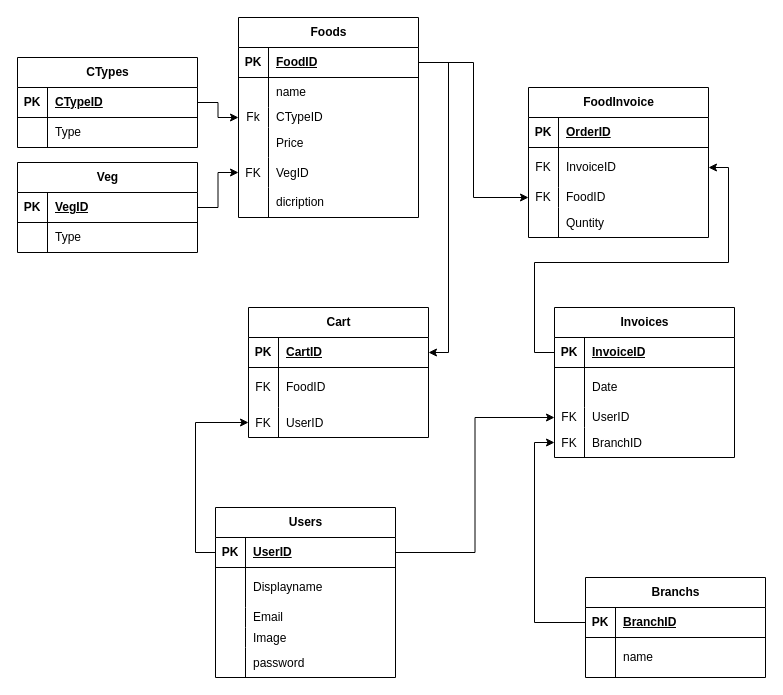
Above: database digram.drawio in YoussefSayedElghool/Online-Food-Ordering-System (draw.io), before the change. Source tidied: cells renumbered, new cells numbered last; positions are measured from the earlier drawing's top-left corner, leaving out a move shared by most shapes. Both pictures are drawn from the tidied source at 100%, with x=0, y=0 at pixel (17, 17).
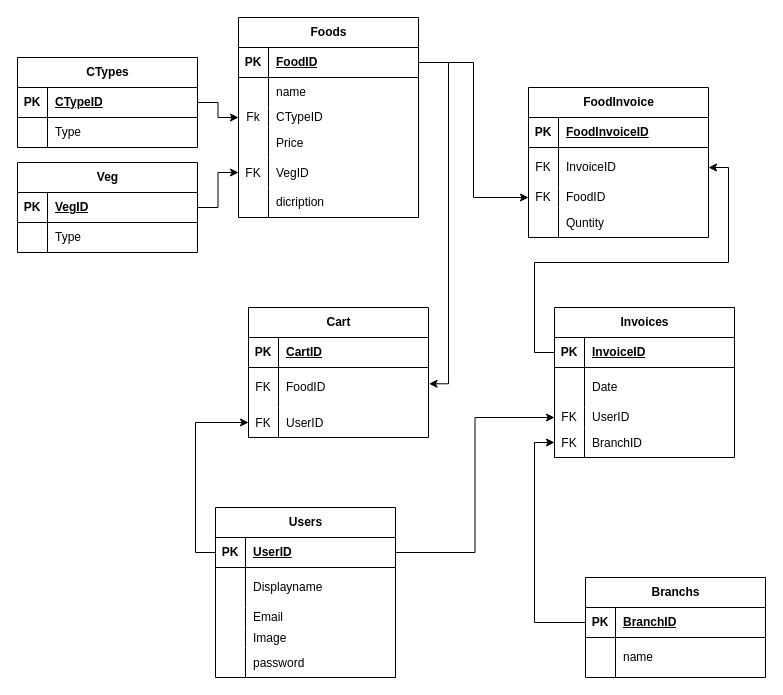
The same diagram, later.

Unchanged cells that the change refers to:
```xml
<mxCell id="3" style="shape=tableRow;horizontal=0;startSize=0;swimlaneHead=0;swimlaneBody=0;fillColor=none;points=[[0,0.5],[1,0.5]];portConstraint=eastwest;top=0;left=0;right=0;bottom=1;" parent="2" vertex="1">
  <mxGeometry y="30" width="180" height="30" as="geometry" />
</mxCell>
<mxCell id="74" style="shape=tableRow;horizontal=0;startSize=0;swimlaneHead=0;swimlaneBody=0;fillColor=none;top=0;left=0;right=0;bottom=1;" parent="73" vertex="1">
  <mxGeometry y="30" width="180" height="30" as="geometry" />
</mxCell>
<mxCell id="91" style="shape=tableRow;horizontal=0;startSize=0;swimlaneHead=0;swimlaneBody=0;fillColor=none;points=[[0,0.5],[1,0.5]];portConstraint=eastwest;top=0;left=0;right=0;bottom=1;" parent="90" vertex="1">
  <mxGeometry y="30" width="180" height="30" as="geometry" />
</mxCell>
<mxCell id="94" style="shape=tableRow;horizontal=0;startSize=0;swimlaneHead=0;swimlaneBody=0;fillColor=none;points=[[0,0.5],[1,0.5]];portConstraint=eastwest;top=0;left=0;right=0;bottom=0;" parent="90" vertex="1">
  <mxGeometry y="60" width="180" height="40" as="geometry" />
</mxCell>
```

Diff of the diagram source:
```diff
@@
-    <mxCell id="76" value="OrderID" style="shape=partialRectangle;fillColor=none;top=0;left=0;bottom=0;right=0;align=left;spacingLeft=6;fontStyle=5;overflow=hidden;whiteSpace=wrap;html=1;" parent="74" vertex="1">
+    <mxCell id="76" value="FoodInvoiceID" style="shape=partialRectangle;fillColor=none;top=0;left=0;bottom=0;right=0;align=left;spacingLeft=6;fontStyle=5;overflow=hidden;whiteSpace=wrap;html=1;" parent="74" vertex="1">
       <mxGeometry x="30" width="150" height="30" as="geometry" />
     </mxCell>
@@
-    <mxCell id="101" style="edgeStyle=orthogonalEdgeStyle;rounded=0;jettySize=auto;html=1;exitX=1;exitY=0.5;exitDx=0;exitDy=0;entryX=1;entryY=0.5;entryDx=0;entryDy=0;" parent="1" edge="1" source="3" target="91">
+    <mxCell id="101" style="edgeStyle=orthogonalEdgeStyle;rounded=0;jettySize=auto;html=1;exitX=1;exitY=0.5;exitDx=0;exitDy=0;entryX=1.003;entryY=0.407;entryDx=0;entryDy=0;entryPerimeter=0;" parent="1" edge="1" source="3" target="94">
       <mxGeometry relative="1" as="geometry" />
     </mxCell>
```
